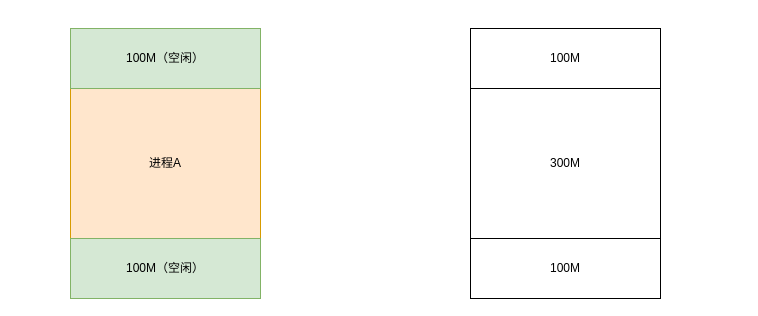
The draw.io diagram 换入换出.drawio in Netech-DevNote/itquestions_pictures, before the edit. Source tidied: cells renumbered, new cells numbered last; positions are measured from the earlier drawing's top-left corner, leaving out a move shared by most shapes. Both pictures are drawn from the tidied source at 100%, with x=0, y=0 at pixel (70, 28).
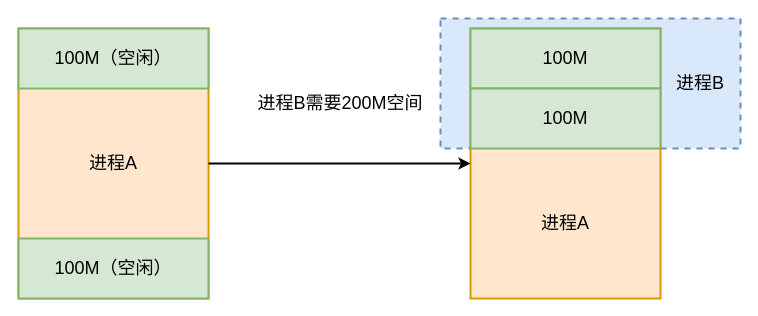
The same diagram, later.

Commit message (it also covers changes not shown here):
更新换入换出.drawio

What changed in the source:
```diff
@@
 <mxGraphModel>
   <root>
     <mxCell id="0" />
     <mxCell id="1" parent="0" />
+    <mxCell id="8" style="rounded=0;whiteSpace=wrap;html=1;fillColor=#dae8fc;strokeColor=#6c8ebf;dashed=1;fontSize=18;strokeWidth=2;" parent="1" vertex="1">
+      <mxGeometry x="370" y="-10" width="300" height="130" as="geometry" />
+    </mxCell>
-    <mxCell id="2" value="进程A" style="rounded=0;whiteSpace=wrap;html=1;fillColor=#ffe6cc;strokeColor=#d79b00;" parent="1" vertex="1">
-      <mxGeometry width="190" height="270" as="geometry" />
+    <mxCell id="2" value="进程A" style="rounded=0;whiteSpace=wrap;html=1;fillColor=#ffe6cc;strokeColor=#d79b00;fontSize=18;strokeWidth=2;" parent="1" vertex="1">
+      <mxGeometry x="-52" width="190" height="270" as="geometry" />
     </mxCell>
-    <mxCell id="3" value="100M（空闲）" style="rounded=0;whiteSpace=wrap;html=1;fillColor=#d5e8d4;strokeColor=#82b366;" parent="1" vertex="1">
-      <mxGeometry width="190" height="60" as="geometry" />
+    <mxCell id="3" value="100M（空闲）" style="rounded=0;whiteSpace=wrap;html=1;fillColor=#d5e8d4;strokeColor=#82b366;fontSize=18;strokeWidth=2;" parent="1" vertex="1">
+      <mxGeometry x="-52" width="190" height="60" as="geometry" />
     </mxCell>
-    <mxCell id="4" value="100M（空闲）" style="rounded=0;whiteSpace=wrap;html=1;fillColor=#d5e8d4;strokeColor=#82b366;" parent="1" vertex="1">
-      <mxGeometry y="210" width="190" height="60" as="geometry" />
+    <mxCell id="4" value="100M（空闲）" style="rounded=0;whiteSpace=wrap;html=1;fillColor=#d5e8d4;strokeColor=#82b366;fontSize=18;strokeWidth=2;" parent="1" vertex="1">
+      <mxGeometry x="-52" y="210" width="190" height="60" as="geometry" />
     </mxCell>
-    <mxCell id="5" value="300M" style="rounded=0;whiteSpace=wrap;html=1;" parent="1" vertex="1">
+    <mxCell id="5" style="rounded=0;whiteSpace=wrap;html=1;fillColor=#ffe6cc;strokeColor=#d79b00;fontSize=18;strokeWidth=2;" parent="1" vertex="1">
       <mxGeometry x="400" width="190" height="270" as="geometry" />
     </mxCell>
-    <mxCell id="6" value="100M" style="rounded=0;whiteSpace=wrap;html=1;" parent="1" vertex="1">
+    <mxCell id="6" value="100M" style="rounded=0;whiteSpace=wrap;html=1;fillColor=#d5e8d4;strokeColor=#82b366;fontSize=18;strokeWidth=2;" parent="1" vertex="1">
       <mxGeometry x="400" width="190" height="60" as="geometry" />
     </mxCell>
-    <mxCell id="7" value="100M" style="rounded=0;whiteSpace=wrap;html=1;" parent="1" vertex="1">
-      <mxGeometry x="400" y="210" width="190" height="60" as="geometry" />
+    <mxCell id="7" value="100M" style="rounded=0;whiteSpace=wrap;html=1;fillColor=#d5e8d4;strokeColor=#82b366;fontSize=18;strokeWidth=2;" parent="1" vertex="1">
+      <mxGeometry x="400" y="60" width="190" height="60" as="geometry" />
     </mxCell>
+    <mxCell id="9" value="进程A" style="text;html=1;strokeColor=none;fillColor=none;align=center;verticalAlign=middle;whiteSpace=wrap;rounded=0;fontSize=18;strokeWidth=2;" parent="1" vertex="1">
+      <mxGeometry x="465" y="180" width="60" height="30" as="geometry" />
+    </mxCell>
+    <mxCell id="10" style="endArrow=classic;html=1;rounded=0;exitX=1;exitY=0.5;exitDx=0;exitDy=0;entryX=0;entryY=0.5;entryDx=0;entryDy=0;fontSize=18;strokeWidth=2;" parent="1" edge="1" source="2" target="5">
+      <mxGeometry relative="1" as="geometry" />
+    </mxCell>
+    <mxCell id="11" value="进程B" style="text;html=1;strokeColor=none;fillColor=none;align=center;verticalAlign=middle;whiteSpace=wrap;rounded=0;fontSize=18;strokeWidth=2;" parent="1" vertex="1">
+      <mxGeometry x="600" y="40" width="60" height="30" as="geometry" />
+    </mxCell>
+    <mxCell id="12" value="进程B需要200M空间" style="text;html=1;strokeColor=none;fillColor=none;align=center;verticalAlign=middle;whiteSpace=wrap;rounded=0;fontSize=18;strokeWidth=2;" parent="1" vertex="1">
+      <mxGeometry x="180" y="60" width="180" height="30" as="geometry" />
+    </mxCell>
   </root>
 </mxGraphModel>
```
